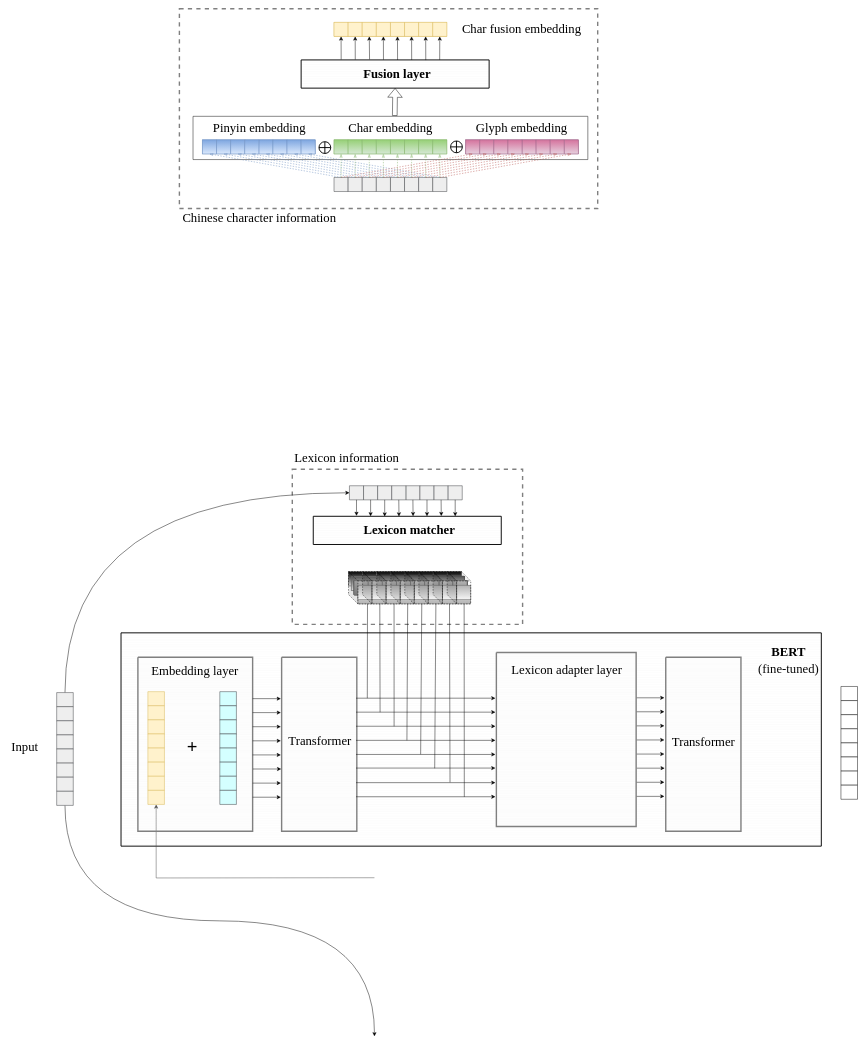
JJackMoO/Jackert_draw keeps this draw.io diagram as SCLert_model.drawio. Above is the earlier version. Source tidied: cells renumbered, new cells numbered last; positions are measured from the earlier drawing's top-left corner, leaving out a move shared by most shapes. Both pictures are drawn from the tidied source at 47%, with x=0, y=0 at pixel (8, 8).
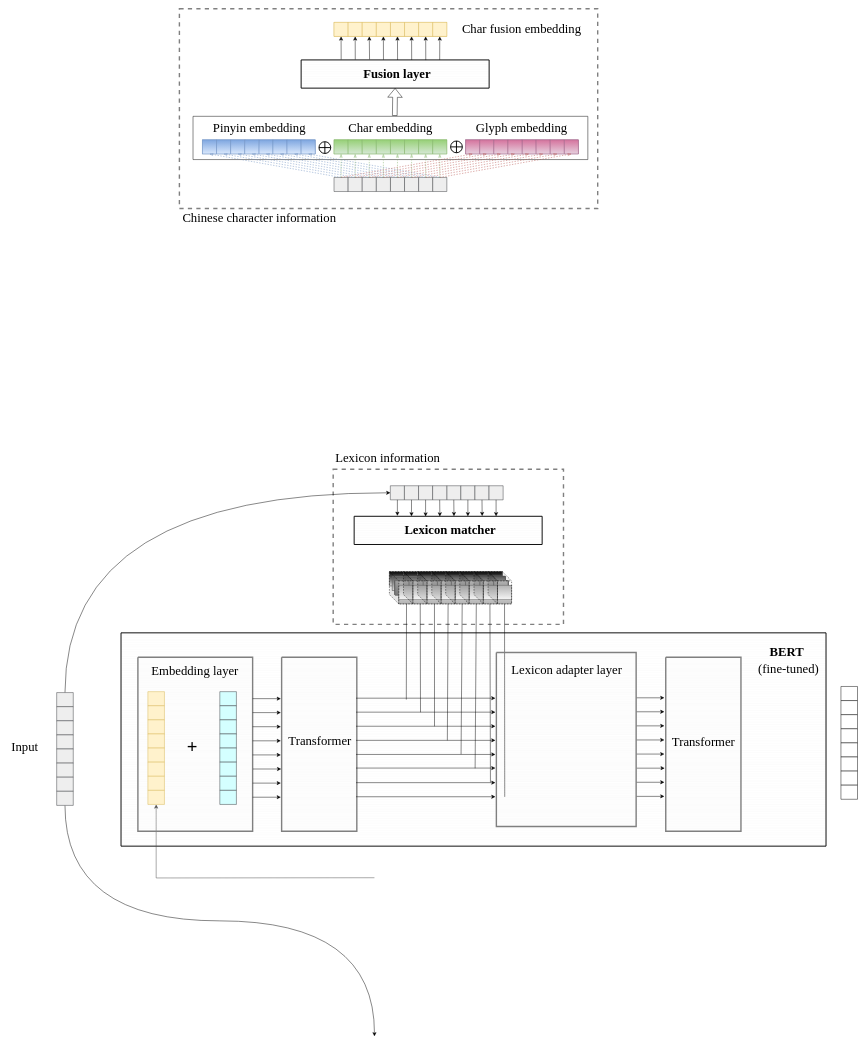
The same diagram, later.

The change refers to these unchanged cells:
```xml
<mxCell id="7" style="verticalLabelPosition=bottom;verticalAlign=top;html=1;shape=mxgraph.basic.patternFillRect;fillStyle=auto;step=5;fillStrokeWidth=0.2;fillStrokeColor=#dddddd;gradientDirection=north;strokeColor=#36393d;shadow=0;sketch=0;fillColor=#eeeeee;" parent="6" vertex="1">
  <mxGeometry width="30" height="30" as="geometry" />
</mxCell>
```

Diff of the diagram source:
```diff
@@
+    <mxCell id="3" style="verticalLabelPosition=bottom;verticalAlign=top;html=1;shape=mxgraph.basic.patternFillRect;fillStyle=hor;step=5;fillStrokeWidth=0.2;fillStrokeColor=#dddddd;shadow=0;sketch=0;fontFamily=Times New Roman;fontSize=27;strokeColor=#000000;strokeWidth=2;fillColor=none;gradientColor=#ffffff;gradientDirection=north;" parent="1" vertex="1">
+      <mxGeometry x="240" y="1328" width="1500" height="453.8" as="geometry" />
+    </mxCell>
@@
-    <mxCell id="3" style="verticalLabelPosition=bottom;verticalAlign=top;html=1;shape=mxgraph.basic.patternFillRect;fillStyle=hor;step=5;fillStrokeWidth=0.2;fillStrokeColor=#dddddd;shadow=0;sketch=0;fontFamily=Times New Roman;fontSize=27;strokeColor=#000000;strokeWidth=2;fillColor=none;gradientColor=#ffffff;gradientDirection=north;" parent="1" vertex="1">
-      <mxGeometry x="240" y="1328" width="1490" height="453.8" as="geometry" />
-    </mxCell>
     <mxCell id="4" style="verticalLabelPosition=bottom;verticalAlign=top;html=1;shape=mxgraph.basic.rect;fillColor2=none;strokeWidth=3;size=20;indent=5;shadow=0;sketch=0;fillStyle=auto;fontFamily=Times New Roman;fontSize=27;fillColor=none;gradientDirection=north;dashed=1;fontColor=#333333;strokeColor=#808080;" parent="1" vertex="1">
-      <mxGeometry x="604.4" y="980" width="490" height="330" as="geometry" />
+      <mxGeometry x="691.4" y="980" width="490" height="330" as="geometry" />
     </mxCell>
@@
     <mxCell id="6" style="group;" parent="1" vertex="1">
-      <mxGeometry x="726" y="1015" width="240" height="30" as="geometry" />
+      <mxGeometry x="813" y="1015" width="240" height="30" as="geometry" />
     </mxCell>
@@
     <mxCell id="15" style="group;" parent="1" vertex="1">
-      <mxGeometry x="649" y="1080" width="400" height="60" as="geometry" />
+      <mxGeometry x="736" y="1080" width="400" height="60" as="geometry" />
     </mxCell>
@@
     <mxCell id="19" value="&lt;h1&gt;&lt;b&gt;&lt;font style=&quot;font-size: 27px;&quot;&gt;B&lt;/font&gt;&lt;/b&gt;&lt;b style=&quot;background-color: initial; font-size: 27px;&quot;&gt;E&lt;/b&gt;&lt;b style=&quot;background-color: initial; font-size: 27px; line-height: 1.1;&quot;&gt;RT&lt;/b&gt;&lt;/h1&gt;" style="text;html=1;align=center;verticalAlign=middle;fillColor=none;strokeColor=none;rounded=0;shadow=0;sketch=0;fillStyle=auto;fontFamily=Times New Roman;fontSize=27;" parent="1" vertex="1">
-      <mxGeometry x="1615" y="1300" width="90" height="120" as="geometry" />
+      <mxGeometry x="1611" y="1300" width="90" height="120" as="geometry" />
     </mxCell>
@@
     <mxCell id="70" style="rounded=0;jettySize=auto;html=1;exitX=0.5;exitY=1;exitDx=0;exitDy=0;exitPerimeter=0;fontSize=20;" parent="1" edge="1" source="7">
       <mxGeometry relative="1" as="geometry">
-        <mxPoint x="741" y="1079" as="targetPoint" />
+        <mxPoint x="828" y="1079" as="targetPoint" />
       </mxGeometry>
     </mxCell>
@@
     <mxCell id="78" style="group;fillColor=#f5f5f5;gradientColor=#b3b3b3;strokeColor=#666666;" parent="1" vertex="1">
-      <mxGeometry x="724" y="1198" width="240" height="30" as="geometry" />
+      <mxGeometry x="811" y="1198" width="240" height="30" as="geometry" />
     </mxCell>
@@
     <mxCell id="127" style="group;fillColor=#f5f5f5;gradientColor=#b3b3b3;strokeColor=#666666;" parent="1" vertex="1">
-      <mxGeometry x="730" y="1208" width="240" height="30" as="geometry" />
+      <mxGeometry x="817" y="1208" width="240" height="30" as="geometry" />
     </mxCell>
@@
     <mxCell id="193" style="group;fillColor=#f5f5f5;gradientColor=#b3b3b3;strokeColor=#666666;" parent="1" vertex="1">
-      <mxGeometry x="744" y="1227" width="240" height="39.5" as="geometry" />
+      <mxGeometry x="831" y="1227" width="240" height="39.5" as="geometry" />
     </mxCell>
@@
     <mxCell id="287" style="shape=cube;whiteSpace=wrap;html=1;boundedLbl=1;backgroundOutline=1;darkOpacity=0.05;darkOpacity2=0.1;dashed=1;fontSize=20;fillColor=none;" parent="1" vertex="1">
-      <mxGeometry x="754" y="1197.5" width="50" height="69" as="geometry" />
+      <mxGeometry x="841" y="1197.5" width="50" height="69" as="geometry" />
     </mxCell>
     <mxCell id="288" value="Lexicon information" style="text;html=1;align=center;verticalAlign=middle;fillColor=none;strokeColor=none;rounded=0;shadow=0;dashed=1;sketch=0;fillStyle=auto;fontFamily=Times New Roman;fontSize=27;" parent="1" vertex="1">
-      <mxGeometry x="600" y="936" width="240" height="40" as="geometry" />
+      <mxGeometry x="687" y="936" width="240" height="40" as="geometry" />
     </mxCell>
     <mxCell id="289" style="shape=cube;whiteSpace=wrap;html=1;boundedLbl=1;backgroundOutline=1;darkOpacity=0.05;darkOpacity2=0.1;dashed=1;fontSize=20;fillColor=none;" parent="1" vertex="1">
-      <mxGeometry x="724" y="1197.5" width="50" height="69" as="geometry" />
+      <mxGeometry x="811" y="1197.5" width="50" height="69" as="geometry" />
     </mxCell>
-    <mxCell id="290" style="endArrow=none;html=1;rounded=0;fontSize=20;endFill=0;exitX=0;exitY=0;exitDx=40.39;exitDy=69;exitPerimeter=0;" parent="1" edge="1" source="289">
+    <mxCell id="290" style="endArrow=none;html=1;rounded=0;fontSize=20;endFill=0;exitX=0;exitY=0;exitDx=40.39;exitDy=69;exitPerimeter=0;" parent="1" edge="1">
       <mxGeometry relative="1" as="geometry">
-        <mxPoint x="764" y="1467" as="targetPoint" />
+        <mxPoint x="847.4" y="1266.5" as="sourcePoint" />
+        <mxPoint x="847" y="1470" as="targetPoint" />
       </mxGeometry>
     </mxCell>
     <mxCell id="291" style="shape=cube;whiteSpace=wrap;html=1;boundedLbl=1;backgroundOutline=1;darkOpacity=0.05;darkOpacity2=0.1;dashed=1;fontSize=20;fillColor=none;" parent="1" vertex="1">
-      <mxGeometry x="784.2" y="1197.5" width="50" height="69" as="geometry" />
+      <mxGeometry x="871.2" y="1197.5" width="50" height="69" as="geometry" />
     </mxCell>
     <mxCell id="292" style="shape=cube;whiteSpace=wrap;html=1;boundedLbl=1;backgroundOutline=1;darkOpacity=0.05;darkOpacity2=0.1;dashed=1;fontSize=20;fillColor=none;" parent="1" vertex="1">
-      <mxGeometry x="814.2" y="1197.5" width="50" height="69" as="geometry" />
+      <mxGeometry x="901.2" y="1197.5" width="50" height="69" as="geometry" />
     </mxCell>
     <mxCell id="293" style="endArrow=none;html=1;rounded=0;fontSize=20;endFill=0;exitX=0;exitY=0;exitDx=40.39;exitDy=69;exitPerimeter=0;entryX=0.326;entryY=0.332;entryDx=0;entryDy=0;entryPerimeter=0;" parent="1" edge="1">
       <mxGeometry relative="1" as="geometry">
-        <mxPoint x="790.6" y="1266.5" as="sourcePoint" />
-        <mxPoint x="791.2" y="1496.9" as="targetPoint" />
+        <mxPoint x="876.6" y="1266.5" as="sourcePoint" />
+        <mxPoint x="877.2" y="1496.9" as="targetPoint" />
       </mxGeometry>
     </mxCell>
     <mxCell id="294" style="endArrow=none;html=1;rounded=0;fontSize=20;endFill=0;exitX=0;exitY=0;exitDx=40.39;exitDy=69;exitPerimeter=0;entryX=0.344;entryY=0.398;entryDx=0;entryDy=0;entryPerimeter=0;" parent="1" edge="1">
       <mxGeometry relative="1" as="geometry">
-        <mxPoint x="820.9" y="1266.5" as="sourcePoint" />
-        <mxPoint x="821" y="1526.8" as="targetPoint" />
+        <mxPoint x="906.9" y="1266.5" as="sourcePoint" />
+        <mxPoint x="907" y="1526.8" as="targetPoint" />
       </mxGeometry>
     </mxCell>
     <mxCell id="295" style="endArrow=none;html=1;rounded=0;fontSize=20;endFill=0;exitX=0;exitY=0;exitDx=40.39;exitDy=69;exitPerimeter=0;entryX=0.361;entryY=0.464;entryDx=0;entryDy=0;entryPerimeter=0;" parent="1" edge="1">
       <mxGeometry relative="1" as="geometry">
-        <mxPoint x="849.9" y="1266.5" as="sourcePoint" />
-        <mxPoint x="848.3" y="1556.8" as="targetPoint" />
+        <mxPoint x="935.9" y="1266.5" as="sourcePoint" />
+        <mxPoint x="934.3" y="1556.8" as="targetPoint" />
       </mxGeometry>
     </mxCell>
     <mxCell id="296" style="endArrow=none;html=1;rounded=0;fontSize=20;endFill=0;exitX=0;exitY=0;exitDx=40.39;exitDy=69;exitPerimeter=0;entryX=0.378;entryY=0.529;entryDx=0;entryDy=0;entryPerimeter=0;" parent="1" edge="1">
       <mxGeometry relative="1" as="geometry">
-        <mxPoint x="879.9" y="1266.5" as="sourcePoint" />
-        <mxPoint x="877.5" y="1586.3" as="targetPoint" />
+        <mxPoint x="965.9" y="1266.5" as="sourcePoint" />
+        <mxPoint x="963.5" y="1586.3" as="targetPoint" />
       </mxGeometry>
     </mxCell>
     <mxCell id="297" style="endArrow=none;html=1;rounded=0;fontSize=20;endFill=0;exitX=0;exitY=0;exitDx=40.39;exitDy=69;exitPerimeter=0;entryX=0.396;entryY=0.595;entryDx=0;entryDy=0;entryPerimeter=0;" parent="1" edge="1">
       <mxGeometry relative="1" as="geometry">
-        <mxPoint x="909.9" y="1266.5" as="sourcePoint" />
-        <mxPoint x="907.4" y="1616.2" as="targetPoint" />
+        <mxPoint x="995.9" y="1266.5" as="sourcePoint" />
+        <mxPoint x="993.4" y="1616.2" as="targetPoint" />
       </mxGeometry>
     </mxCell>
     <mxCell id="298" style="endArrow=none;html=1;rounded=0;fontSize=20;endFill=0;exitX=0;exitY=0;exitDx=40.39;exitDy=69;exitPerimeter=0;" parent="1" edge="1">
       <mxGeometry relative="1" as="geometry">
-        <mxPoint x="938.9" y="1266.5" as="sourcePoint" />
-        <mxPoint x="940" y="1646" as="targetPoint" />
+        <mxPoint x="1024.9" y="1266.5" as="sourcePoint" />
+        <mxPoint x="1026" y="1646" as="targetPoint" />
       </mxGeometry>
     </mxCell>
     <mxCell id="299" style="endArrow=none;html=1;rounded=0;fontSize=20;endFill=0;exitX=0;exitY=0;exitDx=40.39;exitDy=69;exitPerimeter=0;entryX=0.434;entryY=0.729;entryDx=0;entryDy=0;entryPerimeter=0;" parent="1" edge="1">
       <mxGeometry relative="1" as="geometry">
-        <mxPoint x="970" y="1266.5" as="sourcePoint" />
-        <mxPoint x="970.4" y="1677" as="targetPoint" />
+        <mxPoint x="1056" y="1266.5" as="sourcePoint" />
+        <mxPoint x="1056.4" y="1677" as="targetPoint" />
       </mxGeometry>
     </mxCell>
```
